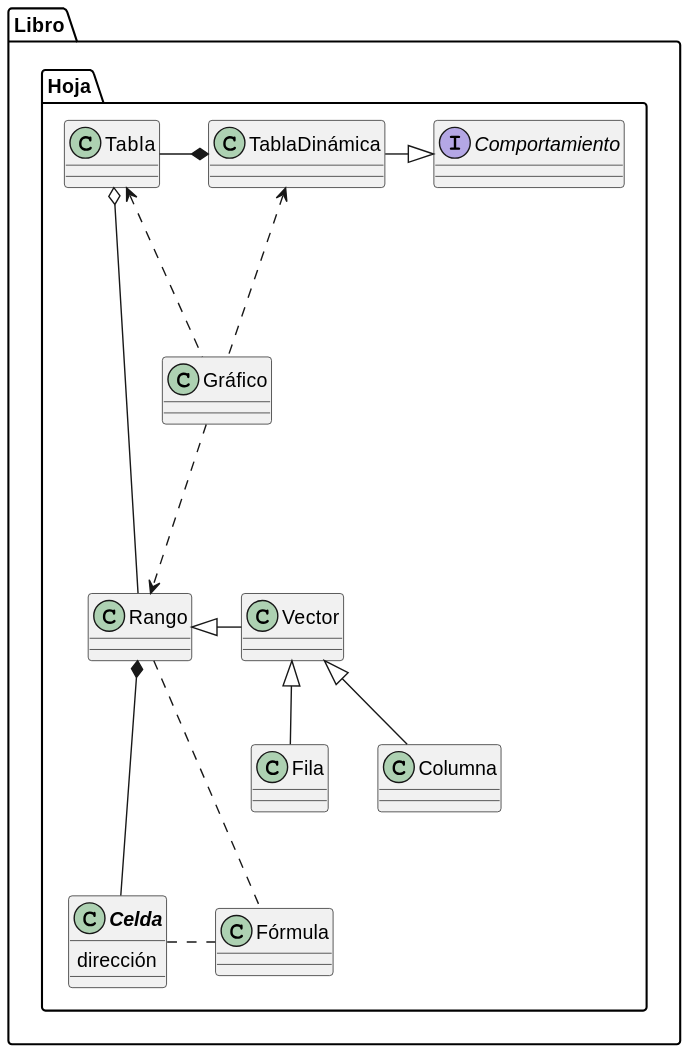
Earlier version of the PlantUML export images/modelosUML/docs/UMLdocs/esquema000.svg (mmasias/hdC).
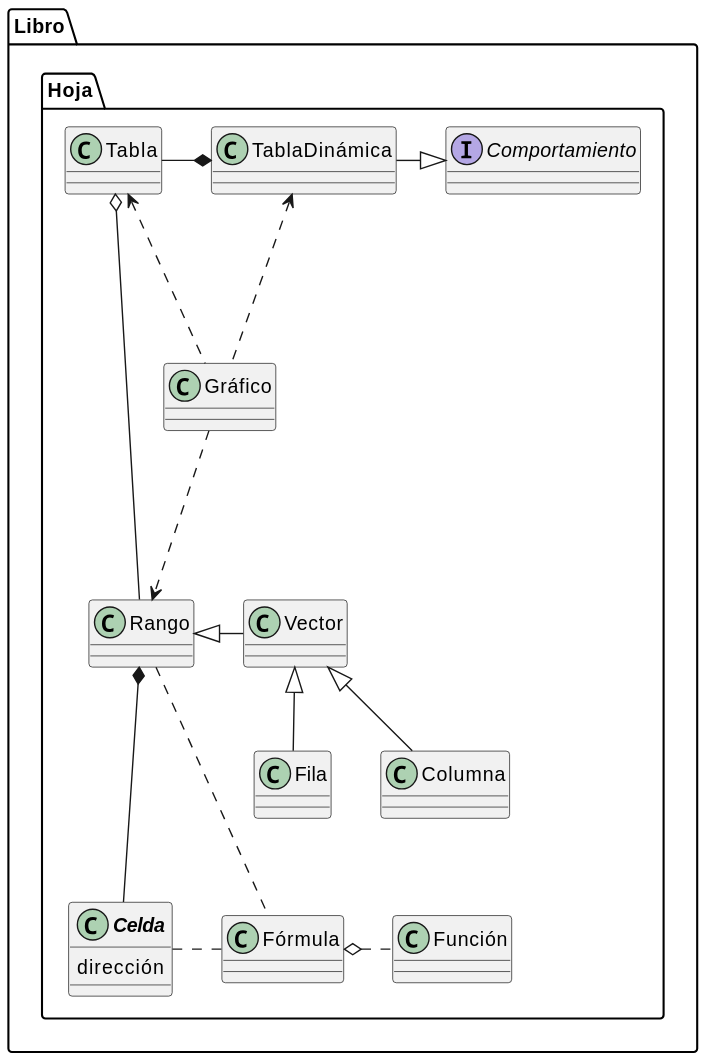
The same diagram one commit later.

Diff of the diagram source:
```diff
@@ -15,8 +15,9 @@
         Gráfico .l..> Tabla
         Gráfico .u..> TablaDinámica
 
-        Celda .r. Fórmula
+        Celda .r.. Fórmula
         Rango .d. Fórmula
+        Fórmula o..r.. Función
 
 
         class Celda as "<i><b>Celda</b></i>" {
```
